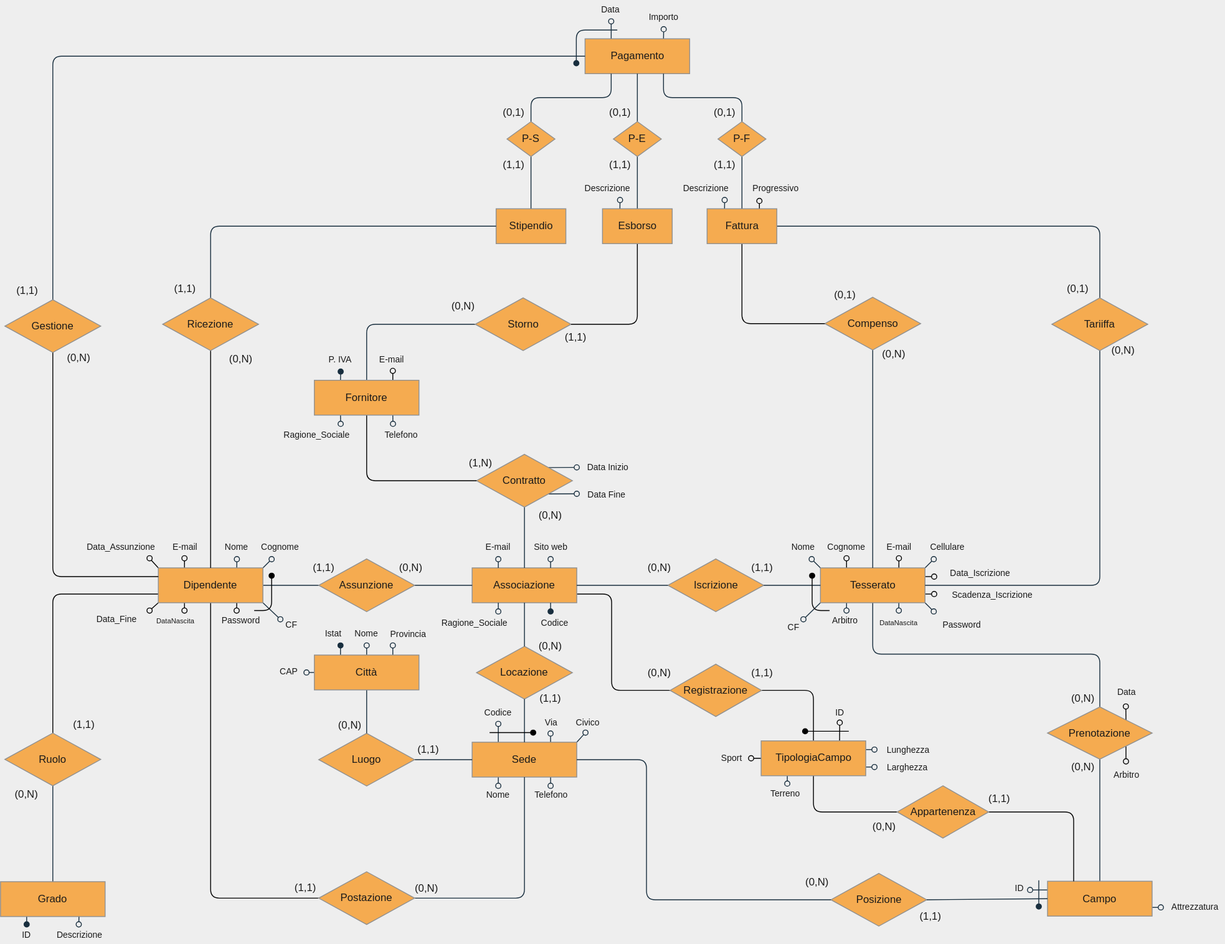
Before: Relazione/modelloLogico.svg, a diagram exported from draw.io (0xCaso/simple-sport-manager). Source tidied: cells renumbered, new cells last; positions are measured from the earlier drawing's top-left corner, leaving out a move shared by most shapes.
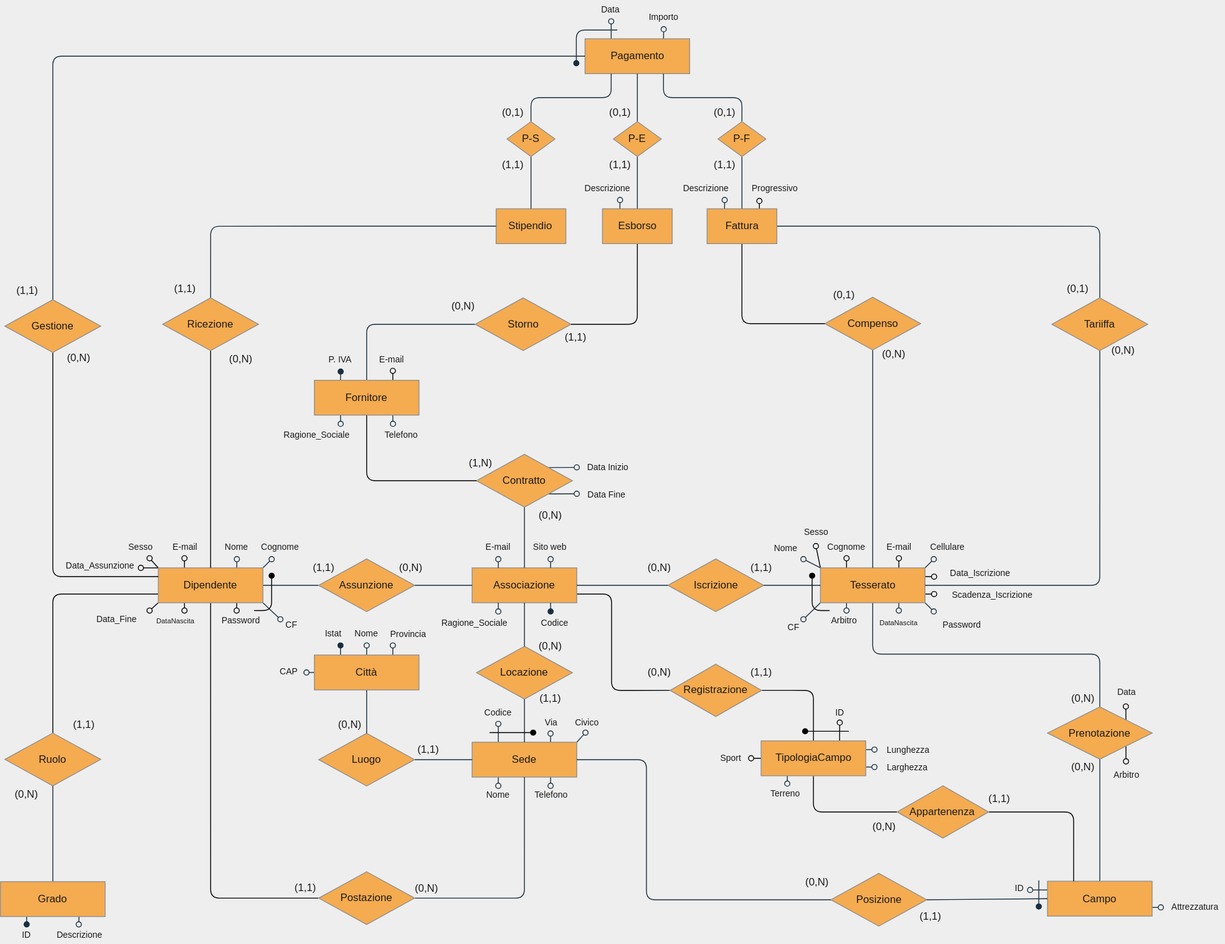
After the commit.

What changed in the source:
```diff
@@ -15,7 +15,7 @@
     </mxCell>
     <mxCell id="4" style="edgeStyle=none;jettySize=auto;html=1;exitX=0;exitY=0;exitDx=0;exitDy=0;startArrow=none;startFill=0;endArrow=oval;endFill=0;strokeColor=#182E3E;fontColor=#1A1A1A;labelBackgroundColor=#EEEEEE;" parent="1" edge="1" source="15">
       <mxGeometry relative="1" as="geometry">
-        <mxPoint x="930.5" y="641" as="targetPoint" />
+        <mxPoint x="921" y="641" as="targetPoint" />
       </mxGeometry>
     </mxCell>
     <mxCell id="5" style="edgeStyle=none;jettySize=auto;html=1;exitX=1;exitY=0;exitDx=0;exitDy=0;startArrow=none;startFill=0;endArrow=oval;endFill=0;strokeColor=#182E3E;fontColor=#1A1A1A;labelBackgroundColor=#EEEEEE;" parent="1" edge="1" source="15">
@@ -71,6 +71,11 @@
         <mxPoint x="1071" y="680.9" as="targetPoint" />
       </mxGeometry>
     </mxCell>
+    <mxCell id="222" style="edgeStyle=none;rounded=0;jettySize=auto;html=1;exitX=0;exitY=0;exitDx=0;exitDy=0;endArrow=oval;endFill=0;" parent="1" edge="1" source="15">
+      <mxGeometry relative="1" as="geometry">
+        <mxPoint x="935.3" y="626" as="targetPoint" />
+      </mxGeometry>
+    </mxCell>
     <mxCell id="15" value="Tesserato" style="whiteSpace=wrap;html=1;fillColor=#F5AB50;strokeColor=#909090;fontColor=#1A1A1A;" parent="1" vertex="1">
       <mxGeometry x="940.5" y="651" width="120" height="40" as="geometry" />
     </mxCell>
@@ -280,7 +285,7 @@
     </mxCell>
     <mxCell id="65" style="jettySize=auto;html=1;exitX=0;exitY=0;exitDx=0;exitDy=0;startArrow=none;startFill=0;endArrow=oval;endFill=0;" parent="1" edge="1" source="67">
       <mxGeometry relative="1" as="geometry">
-        <mxPoint x="171" y="640" as="targetPoint" />
+        <mxPoint x="161" y="651" as="targetPoint" />
       </mxGeometry>
     </mxCell>
     <mxCell id="66" style="edgeStyle=none;jettySize=auto;html=1;exitX=0;exitY=1;exitDx=0;exitDy=0;startArrow=none;startFill=0;endArrow=oval;endFill=0;" parent="1" edge="1" source="67">
@@ -288,6 +293,11 @@
         <mxPoint x="171" y="700" as="targetPoint" />
       </mxGeometry>
     </mxCell>
+    <mxCell id="223" style="rounded=0;jettySize=auto;html=1;exitX=0;exitY=0;exitDx=0;exitDy=0;endArrow=oval;endFill=0;" parent="1" edge="1" source="67">
+      <mxGeometry relative="1" as="geometry">
+        <mxPoint x="171" y="640" as="targetPoint" />
+      </mxGeometry>
+    </mxCell>
     <mxCell id="67" value="Dipendente" style="whiteSpace=wrap;html=1;fillColor=#F5AB50;strokeColor=#909090;fontColor=#1A1A1A;" parent="1" vertex="1">
       <mxGeometry x="181" y="651" width="120" height="40" as="geometry" />
     </mxCell>
@@ -484,7 +494,7 @@
       <mxGeometry x="990" y="698" width="81" height="30.2" as="geometry" />
     </mxCell>
     <mxCell id="124" value="&lt;font style=&quot;font-size: 10px&quot;&gt;Nome&lt;/font&gt;" style="text;html=1;strokeColor=none;fillColor=none;align=center;verticalAlign=middle;whiteSpace=wrap;fontColor=#1A1A1A;" parent="1" vertex="1">
-      <mxGeometry x="900.5" y="617" width="40" height="20" as="geometry" />
+      <mxGeometry x="881" y="618" width="40" height="20" as="geometry" />
     </mxCell>
     <mxCell id="125" value="&lt;font style=&quot;font-size: 10px&quot;&gt;Cognome&lt;/font&gt;" style="text;html=1;strokeColor=none;fillColor=none;align=center;verticalAlign=middle;whiteSpace=wrap;fontColor=#1A1A1A;" parent="1" vertex="1">
       <mxGeometry x="940" y="617" width="61" height="20" as="geometry" />
@@ -574,7 +584,7 @@
       <mxGeometry x="314" y="710.5" width="40" height="11" as="geometry" />
     </mxCell>
     <mxCell id="154" value="&lt;font style=&quot;font-size: 10px&quot;&gt;Data_Assunzione&lt;/font&gt;" style="text;html=1;strokeColor=none;fillColor=none;align=center;verticalAlign=middle;whiteSpace=wrap;fontColor=#1A1A1A;" parent="1" vertex="1">
-      <mxGeometry x="93" y="617" width="91" height="20" as="geometry" />
+      <mxGeometry x="69" y="638" width="91" height="20" as="geometry" />
     </mxCell>
     <mxCell id="155" value="&lt;font style=&quot;font-size: 10px&quot;&gt;Data Inizio&lt;/font&gt;" style="text;html=1;strokeColor=none;fillColor=none;align=center;verticalAlign=middle;whiteSpace=wrap;fontColor=#1A1A1A;" parent="1" vertex="1">
       <mxGeometry x="659" y="525" width="76" height="20" as="geometry" />
@@ -814,5 +824,11 @@
     <mxCell id="221" value="&lt;font style=&quot;font-size: 10px&quot;&gt;Ragione_Sociale&lt;br&gt;&lt;/font&gt;" style="text;html=1;strokeColor=none;fillColor=none;align=center;verticalAlign=middle;whiteSpace=wrap;fontColor=#1A1A1A;" parent="1" vertex="1">
       <mxGeometry x="491" y="704" width="106" height="20" as="geometry" />
     </mxCell>
+    <mxCell id="224" value="&lt;font style=&quot;font-size: 10px&quot;&gt;Sesso&lt;/font&gt;" style="text;html=1;strokeColor=none;fillColor=none;align=center;verticalAlign=middle;whiteSpace=wrap;fontColor=#1A1A1A;" parent="1" vertex="1">
+      <mxGeometry x="141" y="617" width="40" height="20" as="geometry" />
+    </mxCell>
+    <mxCell id="225" value="&lt;font style=&quot;font-size: 10px&quot;&gt;Sesso&lt;/font&gt;" style="text;html=1;strokeColor=none;fillColor=none;align=center;verticalAlign=middle;whiteSpace=wrap;fontColor=#1A1A1A;" parent="1" vertex="1">
+      <mxGeometry x="916" y="600" width="40" height="20" as="geometry" />
+    </mxCell>
   </root>
 </mxGraphModel>
```
